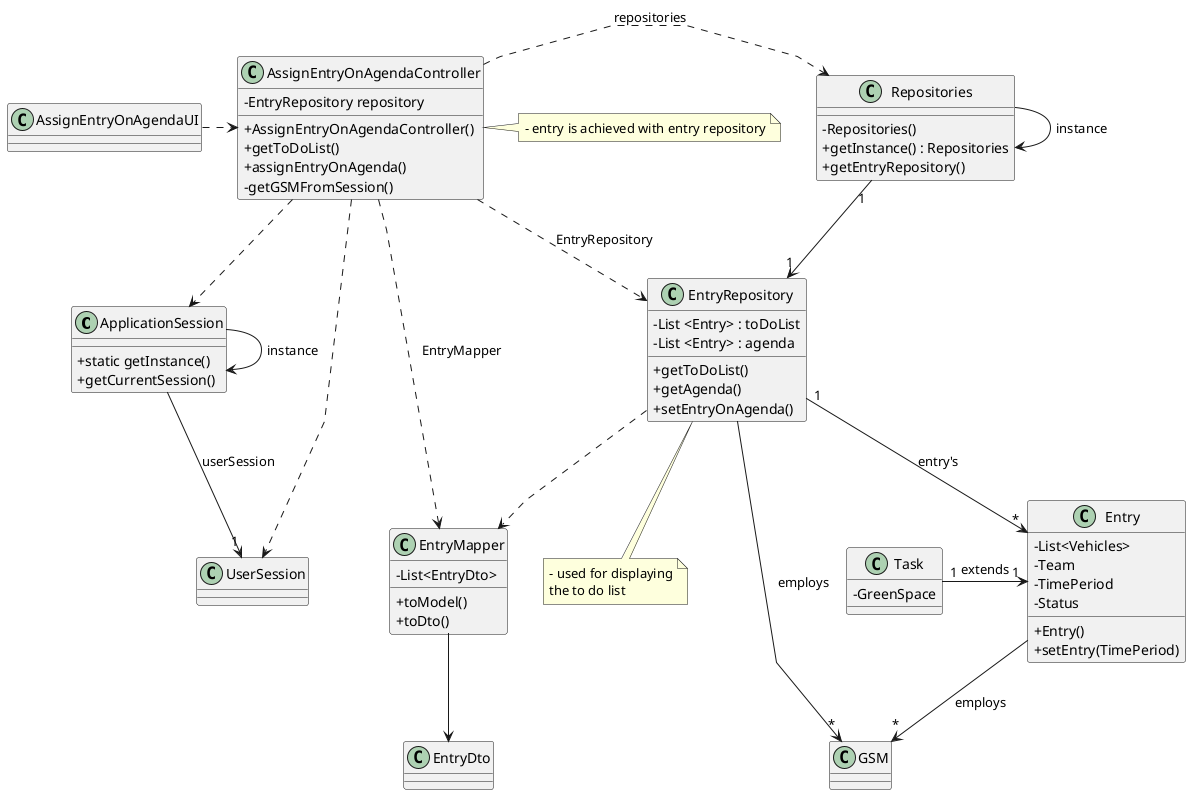
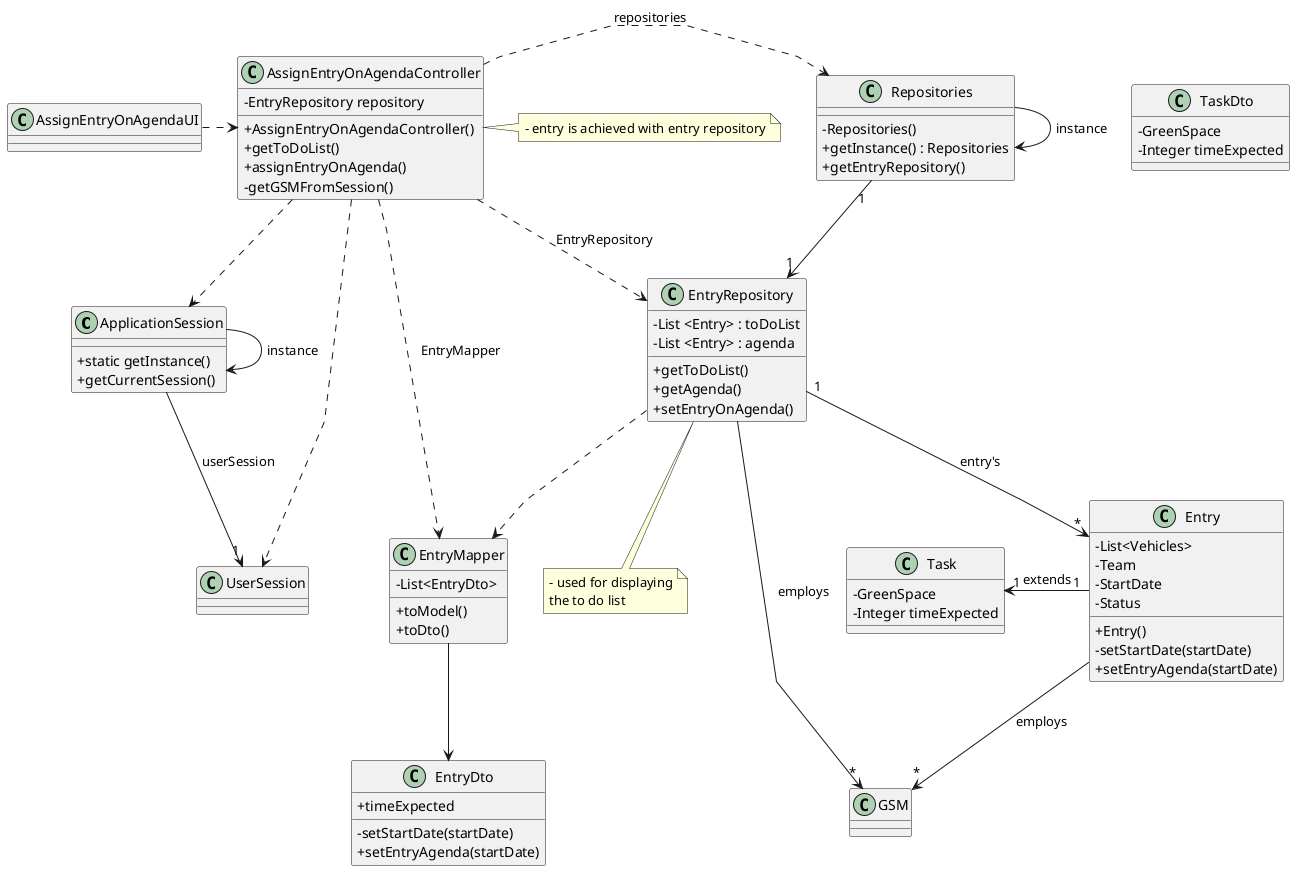
@startuml
'skinparam monochrome true
skinparam packageStyle rectangle
skinparam shadowing false
skinparam linetype polyline
'skinparam linetype orto

skinparam classAttributeIconSize 0

'left to right direction

class ApplicationSession{
    + static getInstance()
    + getCurrentSession()
}

class UserSession{
}

class GSM {
}


class Entry {
    - List<Vehicles>
    - Team
-     - TimePeriod
+     - StartDate
    - Status
    + Entry()
-     + setEntry(TimePeriod)
+     - setStartDate(startDate)
+     + setEntryAgenda(startDate)
}

class Task{
    - GreenSpace
+     - Integer timeExpected
}


class EntryRepository {
    - List <Entry> : toDoList
    - List <Entry> : agenda

    + getToDoList()
    + getAgenda()
    + setEntryOnAgenda()
}


class Repositories {
    - Repositories()
    + getInstance() : Repositories
    + getEntryRepository()
}

class AssignEntryOnAgendaController {
    - EntryRepository repository
    + AssignEntryOnAgendaController()
    + getToDoList()
    + assignEntryOnAgenda()
    - getGSMFromSession()
}

note right of AssignEntryOnAgendaController
    - entry is achieved with entry repository
end note

note bottom of EntryRepository
    - used for displaying
    the to do list
end note

class AssignEntryOnAgendaUI {
}

class EntryMapper{
    - List<EntryDto>
    + toModel()
    + toDto()
}

class EntryDto{
+     + timeExpected
+     - setStartDate(startDate)
+     + setEntryAgenda(startDate)
+ }
+ 
+ class TaskDto{
+     -GreenSpace
+     -Integer timeExpected
}


Repositories -> Repositories : instance
ApplicationSession -> ApplicationSession : instance

AssignEntryOnAgendaUI .> AssignEntryOnAgendaController

AssignEntryOnAgendaController .> Repositories : repositories
Repositories "1" --> "1" EntryRepository

EntryRepository  ..>  EntryMapper

EntryMapper --> EntryDto


AssignEntryOnAgendaController ..> EntryRepository : EntryRepository
AssignEntryOnAgendaController ..> EntryMapper : EntryMapper

ApplicationSession --> "1" UserSession : userSession
AssignEntryOnAgendaController ..> ApplicationSession
AssignEntryOnAgendaController ..> UserSession
EntryRepository "1" --> "*" Entry : entry's
EntryRepository --> "*" GSM : employs
Entry --> "*" GSM : employs
- Task "1" -> "1" Entry : extends
+ Task "1" <- "1" Entry : extends


@enduml